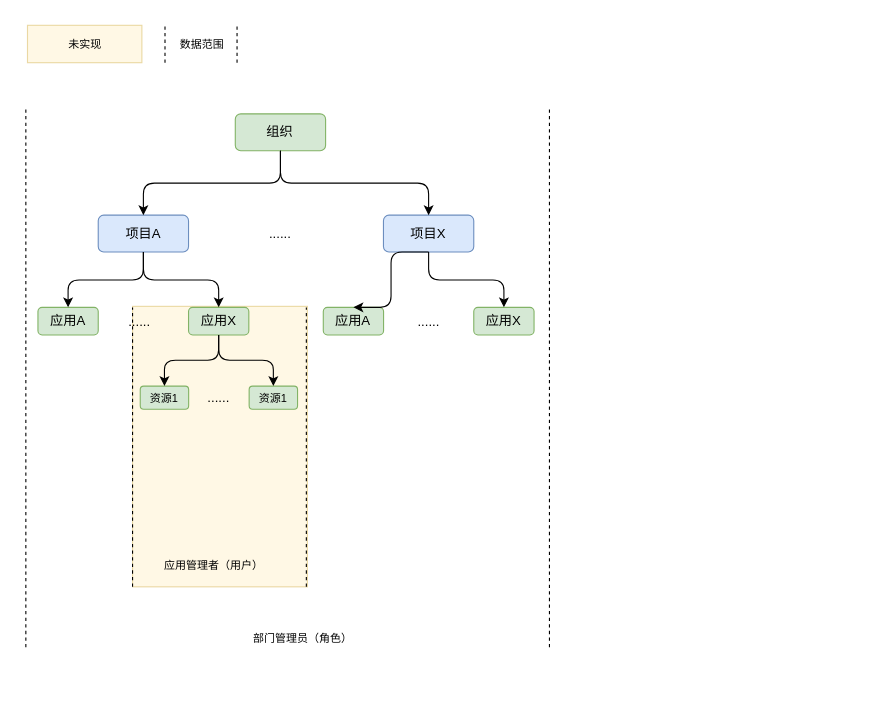
Above: 项目应用资源管理.drawio in Darren0829/draw.io (draw.io), before the change. Source tidied: cells renumbered, new cells numbered last; positions are measured from the earlier drawing's top-left corner, leaving out a move shared by most shapes. Both pictures are drawn from the tidied source at 110%, with x=0, y=0 at pixel (25, 25).
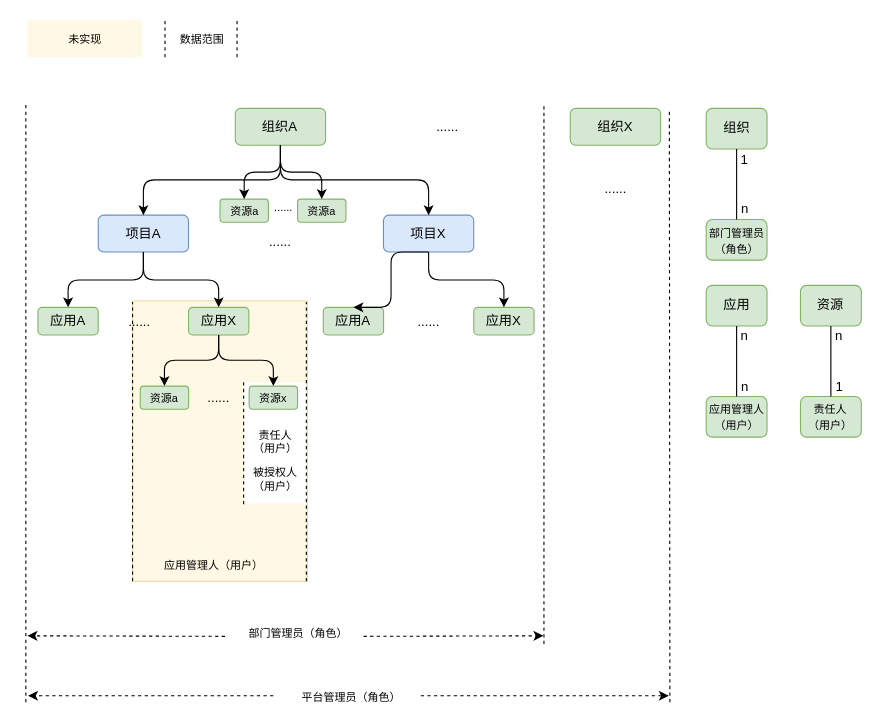
The same diagram, later.

Commit message:
已添加 项目应用资源管理.drawio

The edit, as a diff of the source:
```diff
@@
     <mxCell id="2" style="rounded=0;whiteSpace=wrap;html=1;strokeWidth=1;fontSize=10;strokeColor=#d6b656;fillColor=#fff2cc;opacity=50;" parent="1" vertex="1">
-      <mxGeometry x="97" y="255" width="159" height="255" as="geometry" />
+      <mxGeometry x="97" y="250" width="159" height="255" as="geometry" />
     </mxCell>
+    <mxCell id="35" style="rounded=0;whiteSpace=wrap;html=1;strokeWidth=1;fontSize=10;strokeColor=none;" parent="1" vertex="1">
+      <mxGeometry x="198" y="324" width="57" height="110" as="geometry" />
+    </mxCell>
@@
-    <mxCell id="6" value="组织" style="rounded=1;whiteSpace=wrap;html=1;fillColor=#d5e8d4;strokeColor=#82b366;" parent="1" vertex="1">
-      <mxGeometry x="190.4" y="80" width="82.1" height="33.5" as="geometry" />
+    <mxCell id="6" value="组织A" style="rounded=1;whiteSpace=wrap;html=1;fillColor=#d5e8d4;strokeColor=#82b366;" parent="1" vertex="1">
+      <mxGeometry x="190.4" y="75" width="82.1" height="33.5" as="geometry" />
     </mxCell>
@@
-    <mxCell id="15" value="......" style="text;html=1;strokeColor=none;fillColor=none;align=center;verticalAlign=middle;whiteSpace=wrap;rounded=0;" parent="1" vertex="1">
-      <mxGeometry x="213.2" y="180.5" width="36.5" height="16.8" as="geometry" />
+    <mxCell id="15" value="......" style="text;html=1;strokeColor=none;fillColor=none;align=center;verticalAlign=middle;whiteSpace=wrap;rounded=0;fontSize=10;" parent="1" vertex="1">
+      <mxGeometry x="216.2" y="156.5" width="36.5" height="16.8" as="geometry" />
     </mxCell>
@@
-    <mxCell id="19" value="资源1" style="rounded=1;whiteSpace=wrap;html=1;fillColor=#d5e8d4;strokeColor=#82b366;fontSize=10;" parent="1" vertex="1">
+    <mxCell id="19" value="资源a" style="rounded=1;whiteSpace=wrap;html=1;fillColor=#d5e8d4;strokeColor=#82b366;fontSize=10;" parent="1" vertex="1">
       <mxGeometry x="104" y="327.5" width="44" height="21" as="geometry" />
     </mxCell>
@@
-    <mxCell id="21" value="资源1" style="rounded=1;whiteSpace=wrap;html=1;fillColor=#d5e8d4;strokeColor=#82b366;fontSize=10;" parent="1" vertex="1">
+    <mxCell id="21" value="资源x" style="rounded=1;whiteSpace=wrap;html=1;fillColor=#d5e8d4;strokeColor=#82b366;fontSize=10;" parent="1" vertex="1">
       <mxGeometry x="203" y="327.5" width="44" height="21" as="geometry" />
     </mxCell>
@@
     <mxCell id="24" style="endArrow=none;dashed=1;html=1;fontSize=10;" parent="1" edge="1">
       <mxGeometry relative="1" as="geometry">
-        <mxPoint x="255" y="510" as="sourcePoint" />
-        <mxPoint x="255" y="256" as="targetPoint" />
+        <mxPoint x="255" y="505" as="sourcePoint" />
+        <mxPoint x="255" y="251" as="targetPoint" />
       </mxGeometry>
     </mxCell>
     <mxCell id="25" style="endArrow=none;dashed=1;html=1;fontSize=10;" parent="1" edge="1">
       <mxGeometry relative="1" as="geometry">
-        <mxPoint x="97" y="510" as="sourcePoint" />
-        <mxPoint x="97" y="256" as="targetPoint" />
+        <mxPoint x="97" y="505" as="sourcePoint" />
+        <mxPoint x="97" y="251" as="targetPoint" />
       </mxGeometry>
     </mxCell>
-    <mxCell id="26" value="应用管理者（用户）" style="text;html=1;strokeColor=none;fillColor=none;align=center;verticalAlign=middle;whiteSpace=wrap;rounded=0;fontSize=10;" parent="1" vertex="1">
+    <mxCell id="26" value="应用管理人（用户）" style="text;html=1;strokeColor=none;fillColor=none;align=center;verticalAlign=middle;whiteSpace=wrap;rounded=0;fontSize=10;" parent="1" vertex="1">
       <mxGeometry x="122" y="479.5" width="98" height="20" as="geometry" />
     </mxCell>
     <mxCell id="27" style="endArrow=none;dashed=1;html=1;fontSize=10;" parent="1" edge="1">
       <mxGeometry relative="1" as="geometry">
-        <mxPoint y="565" as="sourcePoint" />
-        <mxPoint y="74" as="targetPoint" />
+        <mxPoint y="615" as="sourcePoint" />
+        <mxPoint y="69" as="targetPoint" />
       </mxGeometry>
     </mxCell>
     <mxCell id="28" value="部门管理员（角色）" style="text;html=1;strokeColor=none;fillColor=none;align=center;verticalAlign=middle;whiteSpace=wrap;rounded=0;fontSize=10;" parent="1" vertex="1">
-      <mxGeometry x="205.5" y="547" width="92" height="20" as="geometry" />
+      <mxGeometry x="201.5" y="542" width="92" height="20" as="geometry" />
     </mxCell>
     <mxCell id="29" style="endArrow=none;dashed=1;html=1;fontSize=10;" parent="1" edge="1">
       <mxGeometry relative="1" as="geometry">
-        <mxPoint x="476" y="565" as="sourcePoint" />
-        <mxPoint x="476" y="74" as="targetPoint" />
+        <mxPoint x="471" y="562" as="sourcePoint" />
+        <mxPoint x="471" y="71" as="targetPoint" />
       </mxGeometry>
     </mxCell>
-    <mxCell id="30" value="未实现" style="rounded=0;whiteSpace=wrap;html=1;strokeWidth=1;fontSize=10;strokeColor=#d6b656;fillColor=#fff2cc;opacity=50;" parent="1" vertex="1">
-      <mxGeometry x="1.5" y="-0.5" width="104" height="34" as="geometry" />
+    <mxCell id="30" value="未实现" style="rounded=0;whiteSpace=wrap;html=1;strokeWidth=1;fontSize=10;strokeColor=none;fillColor=#fff2cc;opacity=50;" parent="1" vertex="1">
+      <mxGeometry x="1.5" y="-5.5" width="104" height="34" as="geometry" />
     </mxCell>
     <mxCell id="31" style="group;" parent="1" vertex="1">
-      <mxGeometry x="126.5" y="-0.5" width="65.5" height="34" as="geometry" />
+      <mxGeometry x="126.5" y="-5.5" width="65.5" height="34" as="geometry" />
     </mxCell>
@@
+    <mxCell id="36" value="资源a" style="rounded=1;whiteSpace=wrap;html=1;fillColor=#d5e8d4;strokeColor=#82b366;fontSize=10;" parent="1" vertex="1">
+      <mxGeometry x="176.5" y="157.5" width="44" height="21" as="geometry" />
+    </mxCell>
+    <mxCell id="37" style="edgeStyle=elbowEdgeStyle;elbow=vertical;endArrow=classic;html=1;exitX=0.5;exitY=1;exitDx=0;exitDy=0;entryX=0.5;entryY=0;entryDx=0;entryDy=0;" parent="1" edge="1" source="6" target="36">
+      <mxGeometry relative="1" as="geometry" />
+    </mxCell>
+    <mxCell id="38" value="资源a" style="rounded=1;whiteSpace=wrap;html=1;fillColor=#d5e8d4;strokeColor=#82b366;fontSize=10;" parent="1" vertex="1">
+      <mxGeometry x="247" y="157.5" width="44" height="21" as="geometry" />
+    </mxCell>
+    <mxCell id="39" style="edgeStyle=elbowEdgeStyle;elbow=vertical;endArrow=classic;html=1;exitX=0.5;exitY=1;exitDx=0;exitDy=0;entryX=0.5;entryY=0;entryDx=0;entryDy=0;" parent="1" edge="1" source="6" target="38">
+      <mxGeometry relative="1" as="geometry" />
+    </mxCell>
+    <mxCell id="40" value="......" style="text;html=1;strokeColor=none;fillColor=none;align=center;verticalAlign=middle;whiteSpace=wrap;rounded=0;" parent="1" vertex="1">
+      <mxGeometry x="213.2" y="189" width="36.5" height="16.8" as="geometry" />
+    </mxCell>
+    <mxCell id="41" style="endArrow=none;dashed=1;html=1;fontSize=10;" parent="1" edge="1">
+      <mxGeometry relative="1" as="geometry">
+        <mxPoint x="198" y="324" as="sourcePoint" />
+        <mxPoint x="198" y="435" as="targetPoint" />
+      </mxGeometry>
+    </mxCell>
+    <mxCell id="42" value="责任人&lt;br&gt;（用户）" style="text;html=1;strokeColor=none;fillColor=none;align=center;verticalAlign=middle;whiteSpace=wrap;rounded=0;fontSize=10;" parent="1" vertex="1">
+      <mxGeometry x="205.5" y="368" width="42" height="20" as="geometry" />
+    </mxCell>
+    <mxCell id="43" style="group;" parent="1" vertex="1">
+      <mxGeometry x="618.5" y="75" width="141" height="299" as="geometry" />
+    </mxCell>
+    <mxCell id="44" style="group;" parent="43" vertex="1">
+      <mxGeometry y="160.9" width="55.3" height="138.1" as="geometry" />
+    </mxCell>
+    <mxCell id="45" value="应用" style="rounded=1;whiteSpace=wrap;html=1;fillColor=#d5e8d4;strokeColor=#82b366;" parent="44" vertex="1">
+      <mxGeometry width="55.3" height="36.9" as="geometry" />
+    </mxCell>
+    <mxCell id="46" value="&lt;span style=&quot;font-size: 10px&quot;&gt;应用管理人&lt;br&gt;（用户）&lt;/span&gt;" style="rounded=1;whiteSpace=wrap;html=1;fillColor=#d5e8d4;strokeColor=#82b366;" parent="44" vertex="1">
+      <mxGeometry y="101.1" width="55.3" height="36.9" as="geometry" />
+    </mxCell>
+    <mxCell id="47" style="endArrow=none;html=1;fontSize=10;entryX=0.5;entryY=1;entryDx=0;entryDy=0;exitX=0.5;exitY=0;exitDx=0;exitDy=0;" parent="44" edge="1" source="46" target="45">
+      <mxGeometry relative="1" as="geometry" />
+    </mxCell>
+    <mxCell id="48" value="n" style="text;html=1;strokeColor=none;fillColor=none;align=center;verticalAlign=middle;whiteSpace=wrap;rounded=0;" parent="44" vertex="1">
+      <mxGeometry x="27.7" y="85.5" width="15.8" height="13.6" as="geometry" />
+    </mxCell>
+    <mxCell id="49" value="n" style="text;html=1;strokeColor=none;fillColor=none;align=center;verticalAlign=middle;whiteSpace=wrap;rounded=0;" parent="44" vertex="1">
+      <mxGeometry x="27.7" y="39.7" width="15.2" height="13.6" as="geometry" />
+    </mxCell>
+    <mxCell id="50" style="group;" parent="43" vertex="1">
+      <mxGeometry x="85.7" y="160.9" width="55.3" height="138.1" as="geometry" />
+    </mxCell>
+    <mxCell id="51" value="资源" style="rounded=1;whiteSpace=wrap;html=1;fillColor=#d5e8d4;strokeColor=#82b366;" parent="50" vertex="1">
+      <mxGeometry width="55.3" height="36.9" as="geometry" />
+    </mxCell>
+    <mxCell id="52" value="&lt;span style=&quot;font-size: 10px&quot;&gt;责任人&lt;br&gt;（用户）&lt;/span&gt;" style="rounded=1;whiteSpace=wrap;html=1;fillColor=#d5e8d4;strokeColor=#82b366;" parent="50" vertex="1">
+      <mxGeometry y="101.1" width="55.3" height="36.9" as="geometry" />
+    </mxCell>
+    <mxCell id="53" style="endArrow=none;html=1;fontSize=10;entryX=0.5;entryY=1;entryDx=0;entryDy=0;exitX=0.5;exitY=0;exitDx=0;exitDy=0;" parent="50" edge="1" source="52" target="51">
+      <mxGeometry relative="1" as="geometry" />
+    </mxCell>
+    <mxCell id="54" value="1" style="text;html=1;strokeColor=none;fillColor=none;align=center;verticalAlign=middle;whiteSpace=wrap;rounded=0;" parent="50" vertex="1">
+      <mxGeometry x="27.7" y="85.5" width="15.8" height="13.6" as="geometry" />
+    </mxCell>
+    <mxCell id="55" value="n" style="text;html=1;strokeColor=none;fillColor=none;align=center;verticalAlign=middle;whiteSpace=wrap;rounded=0;" parent="50" vertex="1">
+      <mxGeometry x="27.7" y="39.7" width="15.2" height="13.6" as="geometry" />
+    </mxCell>
+    <mxCell id="56" style="group;" parent="43" vertex="1">
+      <mxGeometry width="55.3" height="138.1" as="geometry" />
+    </mxCell>
+    <mxCell id="57" value="组织" style="rounded=1;whiteSpace=wrap;html=1;fillColor=#d5e8d4;strokeColor=#82b366;" parent="56" vertex="1">
+      <mxGeometry width="55.3" height="36.9" as="geometry" />
+    </mxCell>
+    <mxCell id="58" value="&lt;span style=&quot;font-size: 10px&quot;&gt;部门管理员&lt;br&gt;（角色）&lt;/span&gt;" style="rounded=1;whiteSpace=wrap;html=1;fillColor=#d5e8d4;strokeColor=#82b366;" parent="56" vertex="1">
+      <mxGeometry y="101.1" width="55.3" height="36.9" as="geometry" />
+    </mxCell>
+    <mxCell id="59" style="endArrow=none;html=1;fontSize=10;entryX=0.5;entryY=1;entryDx=0;entryDy=0;exitX=0.5;exitY=0;exitDx=0;exitDy=0;" parent="56" edge="1" source="58" target="57">
+      <mxGeometry relative="1" as="geometry" />
+    </mxCell>
+    <mxCell id="60" value="n" style="text;html=1;strokeColor=none;fillColor=none;align=center;verticalAlign=middle;whiteSpace=wrap;rounded=0;" parent="56" vertex="1">
+      <mxGeometry x="27.7" y="85.5" width="15.8" height="13.6" as="geometry" />
+    </mxCell>
+    <mxCell id="61" value="1" style="text;html=1;strokeColor=none;fillColor=none;align=center;verticalAlign=middle;whiteSpace=wrap;rounded=0;" parent="56" vertex="1">
+      <mxGeometry x="27.7" y="39.7" width="15.2" height="13.6" as="geometry" />
+    </mxCell>
+    <mxCell id="62" value="组织X" style="rounded=1;whiteSpace=wrap;html=1;fillColor=#d5e8d4;strokeColor=#82b366;" parent="1" vertex="1">
+      <mxGeometry x="494.9" y="75" width="82.1" height="33.5" as="geometry" />
+    </mxCell>
+    <mxCell id="63" value="......" style="text;html=1;strokeColor=none;fillColor=none;align=center;verticalAlign=middle;whiteSpace=wrap;rounded=0;" parent="1" vertex="1">
+      <mxGeometry x="365.2" y="83.5" width="36.5" height="16.8" as="geometry" />
+    </mxCell>
+    <mxCell id="64" value="被授权人&lt;br&gt;（用户）" style="text;html=1;strokeColor=none;fillColor=none;align=center;verticalAlign=middle;whiteSpace=wrap;rounded=0;fontSize=10;" parent="1" vertex="1">
+      <mxGeometry x="205.5" y="402" width="42" height="20" as="geometry" />
+    </mxCell>
+    <mxCell id="65" style="endArrow=none;dashed=1;html=1;fontSize=10;" parent="1" edge="1">
+      <mxGeometry relative="1" as="geometry">
+        <mxPoint x="585.5" y="615" as="sourcePoint" />
+        <mxPoint x="585" y="75" as="targetPoint" />
+      </mxGeometry>
+    </mxCell>
+    <mxCell id="66" value="......" style="text;html=1;strokeColor=none;fillColor=none;align=center;verticalAlign=middle;whiteSpace=wrap;rounded=0;" parent="1" vertex="1">
+      <mxGeometry x="517.7" y="139.5" width="36.5" height="16.8" as="geometry" />
+    </mxCell>
+    <mxCell id="67" value="平台管理员（角色）" style="text;html=1;strokeColor=none;fillColor=none;align=center;verticalAlign=middle;whiteSpace=wrap;rounded=0;fontSize=10;" parent="1" vertex="1">
+      <mxGeometry x="249.5" y="599.5" width="92" height="20" as="geometry" />
+    </mxCell>
+    <mxCell id="68" style="endArrow=classic;html=1;fontSize=10;dashed=1;" parent="1" edge="1">
+      <mxGeometry relative="1" as="geometry">
+        <mxPoint x="225" y="609" as="sourcePoint" />
+        <mxPoint x="2" y="609" as="targetPoint" />
+      </mxGeometry>
+    </mxCell>
+    <mxCell id="69" style="endArrow=classic;html=1;fontSize=10;dashed=1;" parent="1" edge="1">
+      <mxGeometry relative="1" as="geometry">
+        <mxPoint x="359" y="609" as="sourcePoint" />
+        <mxPoint x="584.5" y="609" as="targetPoint" />
+      </mxGeometry>
+    </mxCell>
+    <mxCell id="70" style="endArrow=classic;html=1;fontSize=10;dashed=1;" parent="1" edge="1">
+      <mxGeometry relative="1" as="geometry">
+        <mxPoint x="181" y="555" as="sourcePoint" />
+        <mxPoint x="1.5" y="554.5" as="targetPoint" />
+      </mxGeometry>
+    </mxCell>
+    <mxCell id="71" style="endArrow=classic;html=1;fontSize=10;dashed=1;" parent="1" edge="1">
+      <mxGeometry relative="1" as="geometry">
+        <mxPoint x="307" y="555" as="sourcePoint" />
+        <mxPoint x="470.5" y="554.5" as="targetPoint" />
+      </mxGeometry>
+    </mxCell>
```
